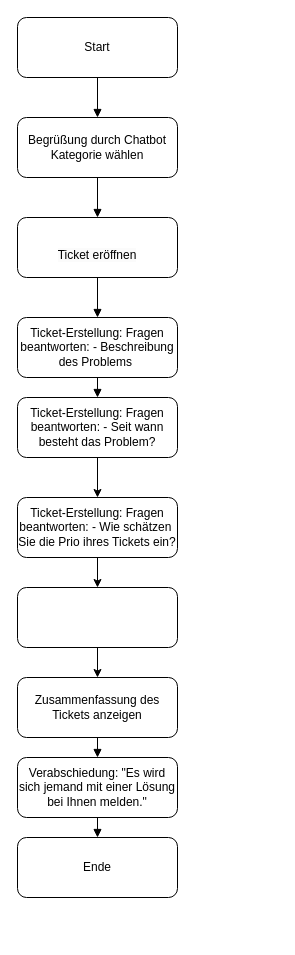
Above: abaufdiagramm.drawio in LukasDano/Chatbot (draw.io), before the change. Source tidied: cells renumbered, new cells numbered last; positions are measured from the earlier drawing's top-left corner, leaving out a move shared by most shapes. Both pictures are drawn from the tidied source at 100%, with x=0, y=0 at pixel (17, 17).
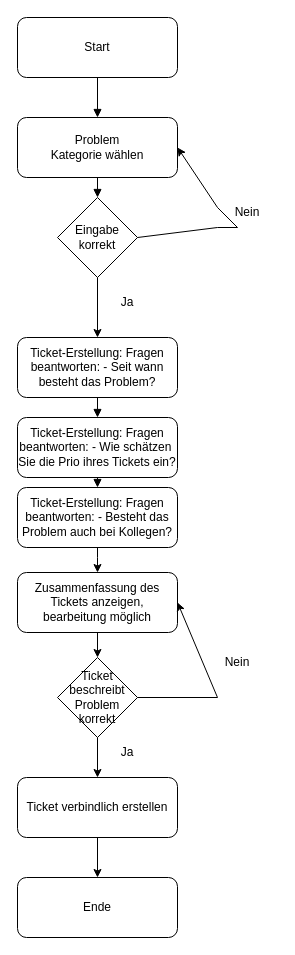
The same diagram, later.

Change to the diagram source:
```diff
@@
-    <mxCell id="3" value="Begrüßung durch Chatbot&lt;br&gt;Kategorie wählen" style="rounded=1;whiteSpace=wrap;html=1;" parent="1" vertex="1">
+    <mxCell id="3" value="Problem&lt;br&gt;Kategorie wählen" style="rounded=1;whiteSpace=wrap;html=1;" parent="1" vertex="1">
       <mxGeometry y="100" width="160" height="60" as="geometry" />
     </mxCell>
-    <mxCell id="4" value="&lt;br&gt;&lt;span style=&quot;color: rgb(0, 0, 0); font-family: Helvetica; font-size: 12px; font-style: normal; font-variant-ligatures: normal; font-variant-caps: normal; font-weight: 400; letter-spacing: normal; orphans: 2; text-align: center; text-indent: 0px; text-transform: none; widows: 2; word-spacing: 0px; -webkit-text-stroke-width: 0px; background-color: rgb(251, 251, 251); text-decoration-thickness: initial; text-decoration-style: initial; text-decoration-color: initial; float: none; display: inline !important;&quot;&gt;Ticket eröffnen&lt;/span&gt;&lt;br&gt;" style="rounded=1;whiteSpace=wrap;html=1;" parent="1" vertex="1">
-      <mxGeometry y="200" width="160" height="60" as="geometry" />
+    <mxCell id="4" value="Ticket-Erstellung: Fragen beantworten: - Seit wann besteht das Problem?" style="rounded=1;whiteSpace=wrap;html=1;" parent="1" vertex="1">
+      <mxGeometry y="320" width="160" height="60" as="geometry" />
     </mxCell>
-    <mxCell id="5" value="Ticket-Erstellung: Fragen beantworten: - Beschreibung des Problems&amp;nbsp;" style="rounded=1;whiteSpace=wrap;html=1;" parent="1" vertex="1">
-      <mxGeometry y="300" width="160" height="60" as="geometry" />
+    <mxCell id="5" value="Ticket-Erstellung: Fragen beantworten: - Wie schätzen&amp;nbsp; Sie die Prio ihres Tickets ein?" style="rounded=1;whiteSpace=wrap;html=1;" parent="1" vertex="1">
+      <mxGeometry y="400" width="160" height="60" as="geometry" />
     </mxCell>
-    <mxCell id="6" value="Ticket-Erstellung: Fragen beantworten: - Seit wann besteht das Problem?" style="rounded=1;whiteSpace=wrap;html=1;" parent="1" vertex="1">
-      <mxGeometry y="380" width="160" height="60" as="geometry" />
+    <mxCell id="6" value="Ticket-Erstellung: Fragen beantworten: - Besteht das Problem auch bei Kollegen?" style="rounded=1;whiteSpace=wrap;html=1;" parent="1" vertex="1">
+      <mxGeometry y="470" width="160" height="60" as="geometry" />
     </mxCell>
-    <mxCell id="7" value="Zusammenfassung des Tickets anzeigen" style="rounded=1;whiteSpace=wrap;html=1;" parent="1" vertex="1">
-      <mxGeometry y="660" width="160" height="60" as="geometry" />
+    <mxCell id="7" value="Ende" style="rounded=1;whiteSpace=wrap;html=1;" parent="1" vertex="1">
+      <mxGeometry y="860" width="160" height="60" as="geometry" />
     </mxCell>
-    <mxCell id="8" value="Verabschiedung: &quot;Es wird sich jemand mit einer Lösung bei Ihnen melden.&quot;" style="rounded=1;whiteSpace=wrap;html=1;" parent="1" vertex="1">
-      <mxGeometry y="740" width="160" height="60" as="geometry" />
-    </mxCell>
-    <mxCell id="9" value="Ende" style="rounded=1;whiteSpace=wrap;html=1;" parent="1" vertex="1">
-      <mxGeometry y="820" width="160" height="60" as="geometry" />
-    </mxCell>
@@
-    <mxCell id="11" style="endArrow=block;" parent="1" edge="1" source="3" target="4">
+    <mxCell id="11" style="endArrow=block;entryX=0.5;entryY=0;entryDx=0;entryDy=0;" parent="1" edge="1" source="3" target="21">
       <mxGeometry relative="1" as="geometry" />
     </mxCell>
@@
-    <mxCell id="14" style="endArrow=block;" parent="1" edge="1" source="7" target="8">
-      <mxGeometry relative="1" as="geometry" />
-    </mxCell>
-    <mxCell id="15" style="endArrow=block;" parent="1" edge="1" source="8" target="9">
-      <mxGeometry relative="1" as="geometry" />
-    </mxCell>
-    <mxCell id="16" style="endArrow=classic;html=1;rounded=0;exitX=0.5;exitY=1;exitDx=0;exitDy=0;entryX=0.5;entryY=0;entryDx=0;entryDy=0;" parent="1" edge="1" target="19">
-      <mxGeometry relative="1" as="geometry">
-        <mxPoint x="80" y="540" as="sourcePoint" />
-      </mxGeometry>
+    <mxCell id="16" style="endArrow=classic;html=1;rounded=0;exitX=0.5;exitY=1;exitDx=0;exitDy=0;entryX=0.5;entryY=0;entryDx=0;entryDy=0;" parent="1" edge="1" source="18" target="22">
+      <mxGeometry relative="1" as="geometry" />
     </mxCell>
-    <mxCell id="17" style="endArrow=classic;html=1;rounded=0;exitX=0.5;exitY=1;exitDx=0;exitDy=0;entryX=0.5;entryY=0;entryDx=0;entryDy=0;" parent="1" edge="1" source="6">
+    <mxCell id="17" style="endArrow=classic;html=1;rounded=0;exitX=0.5;exitY=1;exitDx=0;exitDy=0;entryX=0.5;entryY=0;entryDx=0;entryDy=0;" parent="1" edge="1" source="6" target="18">
       <mxGeometry relative="1" as="geometry">
-        <mxPoint x="80" y="480" as="targetPoint" />
+        <Array as="points">
+          <mxPoint x="80" y="540" />
+        </Array>
       </mxGeometry>
     </mxCell>
-    <mxCell id="18" value="Ticket-Erstellung: Fragen beantworten: - Wie schätzen&amp;nbsp; Sie die Prio ihres Tickets ein?" style="rounded=1;whiteSpace=wrap;html=1;" parent="1" vertex="1">
-      <mxGeometry y="480" width="160" height="60" as="geometry" />
+    <mxCell id="18" value="Zusammenfassung des Tickets anzeigen, bearbeitung möglich" style="rounded=1;whiteSpace=wrap;html=1;" parent="1" vertex="1">
+      <mxGeometry y="555" width="160" height="60" as="geometry" />
     </mxCell>
-    <mxCell id="19" style="rounded=1;whiteSpace=wrap;html=1;" parent="1" vertex="1">
-      <mxGeometry y="570" width="160" height="60" as="geometry" />
+    <mxCell id="19" value="Ticket verbindlich erstellen" style="rounded=1;whiteSpace=wrap;html=1;" parent="1" vertex="1">
+      <mxGeometry y="760" width="160" height="60" as="geometry" />
     </mxCell>
@@
+    <mxCell id="21" value="Eingabe korrekt" style="rhombus;whiteSpace=wrap;html=1;" parent="1" vertex="1">
+      <mxGeometry x="40" y="180" width="80" height="80" as="geometry" />
+    </mxCell>
+    <mxCell id="22" value="Ticket beschreibt Problem korrekt" style="rhombus;whiteSpace=wrap;html=1;" parent="1" vertex="1">
+      <mxGeometry x="40" y="640" width="80" height="80" as="geometry" />
+    </mxCell>
+    <mxCell id="23" style="endArrow=classic;html=1;rounded=0;exitX=0.5;exitY=1;exitDx=0;exitDy=0;entryX=0.5;entryY=0;entryDx=0;entryDy=0;" parent="1" edge="1" source="21" target="4">
+      <mxGeometry relative="1" as="geometry" />
+    </mxCell>
+    <mxCell id="24" style="endArrow=classic;html=1;rounded=0;exitX=1;exitY=0.5;exitDx=0;exitDy=0;entryX=1;entryY=0.5;entryDx=0;entryDy=0;" parent="1" edge="1" source="21" target="3">
+      <mxGeometry relative="1" as="geometry">
+        <Array as="points">
+          <mxPoint x="200" y="210" />
+          <mxPoint x="220" y="210" />
+          <mxPoint x="200" y="190" />
+        </Array>
+      </mxGeometry>
+    </mxCell>
+    <mxCell id="25" value="Nein" style="text;strokeColor=none;align=center;fillColor=none;html=1;verticalAlign=middle;whiteSpace=wrap;rounded=0;" parent="1" vertex="1">
+      <mxGeometry x="200" y="180" width="60" height="30" as="geometry" />
+    </mxCell>
+    <mxCell id="26" value="Ja" style="text;strokeColor=none;align=center;fillColor=none;html=1;verticalAlign=middle;whiteSpace=wrap;rounded=0;" parent="1" vertex="1">
+      <mxGeometry x="80" y="270" width="60" height="30" as="geometry" />
+    </mxCell>
+    <mxCell id="27" style="endArrow=classic;html=1;rounded=0;exitX=0.5;exitY=1;exitDx=0;exitDy=0;entryX=0.5;entryY=0;entryDx=0;entryDy=0;" parent="1" edge="1" source="22" target="19">
+      <mxGeometry relative="1" as="geometry" />
+    </mxCell>
+    <mxCell id="28" style="endArrow=classic;html=1;rounded=0;exitX=1;exitY=0.5;exitDx=0;exitDy=0;entryX=1;entryY=0.5;entryDx=0;entryDy=0;" parent="1" edge="1" source="22" target="18">
+      <mxGeometry relative="1" as="geometry">
+        <Array as="points">
+          <mxPoint x="200" y="680" />
+        </Array>
+      </mxGeometry>
+    </mxCell>
+    <mxCell id="29" value="Ja" style="text;strokeColor=none;align=center;fillColor=none;html=1;verticalAlign=middle;whiteSpace=wrap;rounded=0;" parent="1" vertex="1">
+      <mxGeometry x="80" y="720" width="60" height="30" as="geometry" />
+    </mxCell>
+    <mxCell id="30" value="Nein" style="text;strokeColor=none;align=center;fillColor=none;html=1;verticalAlign=middle;whiteSpace=wrap;rounded=0;" parent="1" vertex="1">
+      <mxGeometry x="190" y="630" width="60" height="30" as="geometry" />
+    </mxCell>
```
